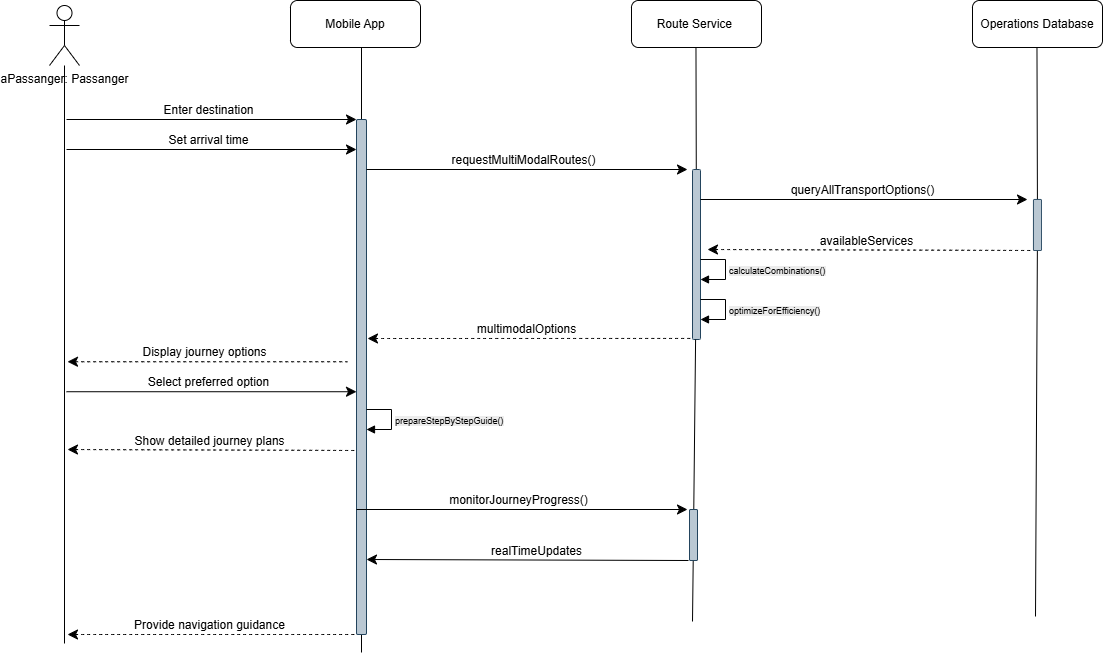
inviona/Software-Engineering-Analysis-and-Design-Project keeps this draw.io diagram as Sequence Diagrams/SequenceDiagramScenario8.png. Above is the earlier version. Source tidied: cells renumbered, new cells last; positions are measured from the earlier drawing's top-left corner, leaving out a move shared by most shapes. Its diagram source:
```xml
<mxGraphModel background="#ffffff">
  <root>
    <mxCell id="0" />
    <mxCell id="1" parent="0" />
    <mxCell id="2" style="edgeStyle=none;curved=1;rounded=0;jettySize=auto;html=1;fontSize=12;startSize=8;endSize=8;endArrow=none;startFill=0;" parent="1" edge="1" source="3">
      <mxGeometry relative="1" as="geometry">
        <mxPoint x="15" y="643" as="targetPoint" />
      </mxGeometry>
    </mxCell>
    <mxCell id="3" value="aPassanger: Passanger" style="shape=umlActor;verticalLabelPosition=bottom;verticalAlign=top;html=1;outlineConnect=0;" parent="1" vertex="1">
      <mxGeometry y="5" width="30" height="60" as="geometry" />
    </mxCell>
    <mxCell id="4" value="Mobile App" style="rounded=1;whiteSpace=wrap;html=1;" parent="1" vertex="1">
      <mxGeometry x="241" width="130" height="47" as="geometry" />
    </mxCell>
    <mxCell id="5" value="Route Service&amp;nbsp;" style="rounded=1;whiteSpace=wrap;html=1;" parent="1" vertex="1">
      <mxGeometry x="582" width="130" height="47" as="geometry" />
    </mxCell>
    <mxCell id="6" value="Operations Database" style="rounded=1;whiteSpace=wrap;html=1;" parent="1" vertex="1">
      <mxGeometry x="923" width="130" height="47" as="geometry" />
    </mxCell>
    <mxCell id="7" style="edgeStyle=none;curved=1;rounded=0;jettySize=auto;html=1;fontSize=12;startSize=8;endSize=8;endArrow=none;startFill=0;" parent="1" edge="1" source="11">
      <mxGeometry relative="1" as="geometry">
        <mxPoint x="312" y="652" as="targetPoint" />
      </mxGeometry>
    </mxCell>
    <mxCell id="8" style="edgeStyle=none;curved=1;rounded=0;jettySize=auto;html=1;fontSize=12;startSize=8;endSize=8;endArrow=none;startFill=0;" parent="1" edge="1" source="33">
      <mxGeometry relative="1" as="geometry">
        <mxPoint x="643" y="621" as="targetPoint" />
      </mxGeometry>
    </mxCell>
    <mxCell id="9" style="edgeStyle=none;curved=1;rounded=0;jettySize=auto;html=1;fontSize=12;startSize=8;endSize=8;endArrow=none;startFill=0;" parent="1" edge="1" source="23">
      <mxGeometry relative="1" as="geometry">
        <mxPoint x="986" y="616" as="targetPoint" />
      </mxGeometry>
    </mxCell>
    <mxCell id="10" style="edgeStyle=none;curved=1;rounded=0;jettySize=auto;html=1;fontSize=12;startSize=8;endSize=8;endArrow=none;startFill=0;" parent="1" edge="1" target="11">
      <mxGeometry relative="1" as="geometry">
        <mxPoint x="312" y="47" as="sourcePoint" />
      </mxGeometry>
    </mxCell>
    <mxCell id="11" style="rounded=1;whiteSpace=wrap;html=1;fillColor=#bac8d3;strokeColor=#23445d;" parent="1" vertex="1">
      <mxGeometry x="307" y="119" width="10" height="515" as="geometry" />
    </mxCell>
    <mxCell id="12" style="endArrow=classic;html=1;rounded=0;fontSize=12;startSize=8;endSize=8;curved=1;" parent="1" edge="1">
      <mxGeometry relative="1" as="geometry">
        <mxPoint x="17" y="119" as="sourcePoint" />
        <mxPoint x="307" y="119" as="targetPoint" />
      </mxGeometry>
    </mxCell>
    <mxCell id="13" value="Enter destination" style="edgeLabel;html=1;align=center;verticalAlign=middle;fontSize=12;" parent="12" vertex="1">
      <mxGeometry relative="1" as="geometry">
        <mxPoint x="-4" y="-10" as="offset" />
      </mxGeometry>
    </mxCell>
    <mxCell id="14" style="endArrow=classic;html=1;rounded=0;fontSize=12;startSize=8;endSize=8;curved=1;" parent="1" edge="1">
      <mxGeometry relative="1" as="geometry">
        <mxPoint x="317" y="169" as="sourcePoint" />
        <mxPoint x="638" y="169" as="targetPoint" />
      </mxGeometry>
    </mxCell>
    <mxCell id="15" value="requestMultiModalRoutes()" style="edgeLabel;html=1;align=center;verticalAlign=middle;fontSize=12;" parent="14" vertex="1">
      <mxGeometry relative="1" as="geometry">
        <mxPoint x="-4" y="-10" as="offset" />
      </mxGeometry>
    </mxCell>
    <mxCell id="16" style="edgeStyle=none;curved=1;rounded=0;jettySize=auto;html=1;fontSize=12;startSize=8;endSize=8;endArrow=none;startFill=0;" parent="1" edge="1" target="17">
      <mxGeometry relative="1" as="geometry">
        <mxPoint x="646.5" y="47" as="sourcePoint" />
      </mxGeometry>
    </mxCell>
    <mxCell id="17" style="rounded=1;whiteSpace=wrap;html=1;fillColor=#bac8d3;strokeColor=#23445d;" parent="1" vertex="1">
      <mxGeometry x="643" y="169" width="8" height="170" as="geometry" />
    </mxCell>
    <mxCell id="18" style="endArrow=none;html=1;rounded=0;fontSize=12;startSize=8;endSize=8;curved=1;startArrow=classic;startFill=1;dashed=1;" parent="1" edge="1">
      <mxGeometry relative="1" as="geometry">
        <mxPoint x="318" y="338" as="sourcePoint" />
        <mxPoint x="643" y="337.9" as="targetPoint" />
      </mxGeometry>
    </mxCell>
    <mxCell id="19" value="multimodalOptions" style="edgeLabel;html=1;align=center;verticalAlign=middle;fontSize=12;" parent="18" vertex="1">
      <mxGeometry relative="1" as="geometry">
        <mxPoint x="-4" y="-10" as="offset" />
      </mxGeometry>
    </mxCell>
    <mxCell id="20" style="endArrow=classic;html=1;rounded=0;fontSize=12;startSize=8;endSize=8;curved=1;" parent="1" edge="1">
      <mxGeometry relative="1" as="geometry">
        <mxPoint x="651" y="199" as="sourcePoint" />
        <mxPoint x="978" y="199" as="targetPoint" />
      </mxGeometry>
    </mxCell>
    <mxCell id="21" value="queryAllTransportOptions()" style="edgeLabel;html=1;align=center;verticalAlign=middle;fontSize=12;" parent="20" vertex="1">
      <mxGeometry relative="1" as="geometry">
        <mxPoint x="-4" y="-10" as="offset" />
      </mxGeometry>
    </mxCell>
    <mxCell id="22" style="edgeStyle=none;curved=1;rounded=0;jettySize=auto;html=1;fontSize=12;startSize=8;endSize=8;endArrow=none;startFill=0;" parent="1" edge="1" target="23">
      <mxGeometry relative="1" as="geometry">
        <mxPoint x="987.5" y="47" as="sourcePoint" />
      </mxGeometry>
    </mxCell>
    <mxCell id="23" style="rounded=1;whiteSpace=wrap;html=1;fillColor=#bac8d3;strokeColor=#23445d;" parent="1" vertex="1">
      <mxGeometry x="984" y="199" width="8" height="51" as="geometry" />
    </mxCell>
    <mxCell id="24" style="endArrow=none;html=1;rounded=0;fontSize=12;startSize=8;endSize=8;curved=1;startArrow=classic;startFill=1;dashed=1;" parent="1" edge="1">
      <mxGeometry relative="1" as="geometry">
        <mxPoint x="658" y="249" as="sourcePoint" />
        <mxPoint x="984" y="250" as="targetPoint" />
      </mxGeometry>
    </mxCell>
    <mxCell id="25" value="availableServices" style="edgeLabel;html=1;align=center;verticalAlign=middle;fontSize=12;" parent="24" vertex="1">
      <mxGeometry relative="1" as="geometry">
        <mxPoint x="-4" y="-10" as="offset" />
      </mxGeometry>
    </mxCell>
    <mxCell id="26" style="endArrow=none;html=1;rounded=0;fontSize=12;startSize=8;endSize=8;curved=1;startFill=1;startArrow=classic;dashed=1;" parent="1" edge="1">
      <mxGeometry relative="1" as="geometry">
        <mxPoint x="18" y="634" as="sourcePoint" />
        <mxPoint x="305" y="634" as="targetPoint" />
      </mxGeometry>
    </mxCell>
    <mxCell id="27" value="Provide navigation guidance" style="edgeLabel;html=1;align=center;verticalAlign=middle;fontSize=12;" parent="26" vertex="1">
      <mxGeometry relative="1" as="geometry">
        <mxPoint x="-4" y="-10" as="offset" />
      </mxGeometry>
    </mxCell>
    <mxCell id="28" style="endArrow=none;html=1;rounded=0;fontSize=12;startSize=8;endSize=8;curved=1;startArrow=classic;startFill=1;dashed=1;" parent="1" edge="1">
      <mxGeometry relative="1" as="geometry">
        <mxPoint x="18" y="361.2" as="sourcePoint" />
        <mxPoint x="298" y="361.2" as="targetPoint" />
      </mxGeometry>
    </mxCell>
    <mxCell id="29" value="Display journey options" style="edgeLabel;html=1;align=center;verticalAlign=middle;fontSize=12;" parent="28" vertex="1">
      <mxGeometry relative="1" as="geometry">
        <mxPoint x="-4" y="-10" as="offset" />
      </mxGeometry>
    </mxCell>
    <mxCell id="30" style="endArrow=classic;html=1;rounded=0;fontSize=12;startSize=8;endSize=8;curved=1;" parent="1" edge="1">
      <mxGeometry relative="1" as="geometry">
        <mxPoint x="17" y="391.2" as="sourcePoint" />
        <mxPoint x="307" y="391.2" as="targetPoint" />
      </mxGeometry>
    </mxCell>
    <mxCell id="31" value="Select preferred option" style="edgeLabel;html=1;align=center;verticalAlign=middle;fontSize=12;" parent="30" vertex="1">
      <mxGeometry relative="1" as="geometry">
        <mxPoint x="-4" y="-10" as="offset" />
      </mxGeometry>
    </mxCell>
    <mxCell id="32" style="edgeStyle=none;curved=1;rounded=0;jettySize=auto;html=1;fontSize=12;startSize=8;endSize=8;endArrow=none;startFill=0;" parent="1" edge="1" source="17" target="33">
      <mxGeometry relative="1" as="geometry" />
    </mxCell>
    <mxCell id="33" style="rounded=1;whiteSpace=wrap;html=1;fillColor=#bac8d3;strokeColor=#23445d;" parent="1" vertex="1">
      <mxGeometry x="640" y="509" width="8" height="51" as="geometry" />
    </mxCell>
    <mxCell id="34" style="endArrow=none;html=1;rounded=0;fontSize=12;startSize=8;endSize=8;curved=1;startArrow=classic;startFill=1;" parent="1" edge="1">
      <mxGeometry relative="1" as="geometry">
        <mxPoint x="317" y="559" as="sourcePoint" />
        <mxPoint x="639" y="560" as="targetPoint" />
      </mxGeometry>
    </mxCell>
    <mxCell id="35" value="realTimeUpdates" style="edgeLabel;html=1;align=center;verticalAlign=middle;fontSize=12;" parent="34" vertex="1">
      <mxGeometry relative="1" as="geometry">
        <mxPoint x="9" y="-10" as="offset" />
      </mxGeometry>
    </mxCell>
    <mxCell id="36" value="&lt;span style=&quot;font-size: 9px; text-align: center; background-color: rgb(236, 236, 236);&quot;&gt;calculateCombinations()&lt;/span&gt;" style="html=1;align=left;spacingLeft=2;endArrow=block;rounded=0;edgeStyle=orthogonalEdgeStyle;curved=0;rounded=0;" parent="1" edge="1">
      <mxGeometry relative="1" as="geometry">
        <mxPoint x="651" y="259" as="sourcePoint" />
        <mxPoint x="651" y="279" as="targetPoint" />
        <Array as="points">
          <mxPoint x="676" y="259" />
          <mxPoint x="676" y="279" />
        </Array>
      </mxGeometry>
    </mxCell>
    <mxCell id="37" style="endArrow=classic;html=1;rounded=0;fontSize=12;startSize=8;endSize=8;curved=1;" parent="1" edge="1">
      <mxGeometry relative="1" as="geometry">
        <mxPoint x="17" y="149" as="sourcePoint" />
        <mxPoint x="307" y="149" as="targetPoint" />
      </mxGeometry>
    </mxCell>
    <mxCell id="38" value="Set arrival time" style="edgeLabel;html=1;align=center;verticalAlign=middle;fontSize=12;" parent="37" vertex="1">
      <mxGeometry relative="1" as="geometry">
        <mxPoint x="-4" y="-10" as="offset" />
      </mxGeometry>
    </mxCell>
    <mxCell id="39" value="&lt;span style=&quot;font-size: 9px; text-align: center; background-color: rgb(236, 236, 236);&quot;&gt;optimizeForEfficiency()&lt;/span&gt;" style="html=1;align=left;spacingLeft=2;endArrow=block;rounded=0;edgeStyle=orthogonalEdgeStyle;curved=0;rounded=0;" parent="1" edge="1">
      <mxGeometry relative="1" as="geometry">
        <mxPoint x="651" y="299" as="sourcePoint" />
        <mxPoint x="651" y="319" as="targetPoint" />
        <Array as="points">
          <mxPoint x="676" y="299" />
          <mxPoint x="676" y="319" />
        </Array>
      </mxGeometry>
    </mxCell>
    <mxCell id="40" value="&lt;span style=&quot;font-size: 9px; text-align: center; background-color: rgb(236, 236, 236);&quot;&gt;prepareStepByStepGuide()&lt;/span&gt;" style="html=1;align=left;spacingLeft=2;endArrow=block;rounded=0;edgeStyle=orthogonalEdgeStyle;curved=0;rounded=0;" parent="1" edge="1">
      <mxGeometry relative="1" as="geometry">
        <mxPoint x="317" y="409" as="sourcePoint" />
        <mxPoint x="317" y="429" as="targetPoint" />
        <Array as="points">
          <mxPoint x="342" y="409" />
          <mxPoint x="342" y="429" />
        </Array>
      </mxGeometry>
    </mxCell>
    <mxCell id="41" style="endArrow=none;html=1;rounded=0;fontSize=12;startSize=8;endSize=8;curved=1;startArrow=classic;startFill=1;dashed=1;" parent="1" edge="1">
      <mxGeometry relative="1" as="geometry">
        <mxPoint x="18" y="449" as="sourcePoint" />
        <mxPoint x="307" y="450" as="targetPoint" />
      </mxGeometry>
    </mxCell>
    <mxCell id="42" value="Show detailed journey plans" style="edgeLabel;html=1;align=center;verticalAlign=middle;fontSize=12;" parent="41" vertex="1">
      <mxGeometry relative="1" as="geometry">
        <mxPoint x="-4" y="-10" as="offset" />
      </mxGeometry>
    </mxCell>
    <mxCell id="43" style="endArrow=classic;html=1;rounded=0;fontSize=12;startSize=8;endSize=8;curved=1;" parent="1" edge="1">
      <mxGeometry relative="1" as="geometry">
        <mxPoint x="307" y="509" as="sourcePoint" />
        <mxPoint x="638" y="509" as="targetPoint" />
      </mxGeometry>
    </mxCell>
    <mxCell id="44" value="monitorJourneyProgress()" style="edgeLabel;html=1;align=center;verticalAlign=middle;fontSize=12;" parent="43" vertex="1">
      <mxGeometry relative="1" as="geometry">
        <mxPoint x="-4" y="-10" as="offset" />
      </mxGeometry>
    </mxCell>
  </root>
</mxGraphModel>
```
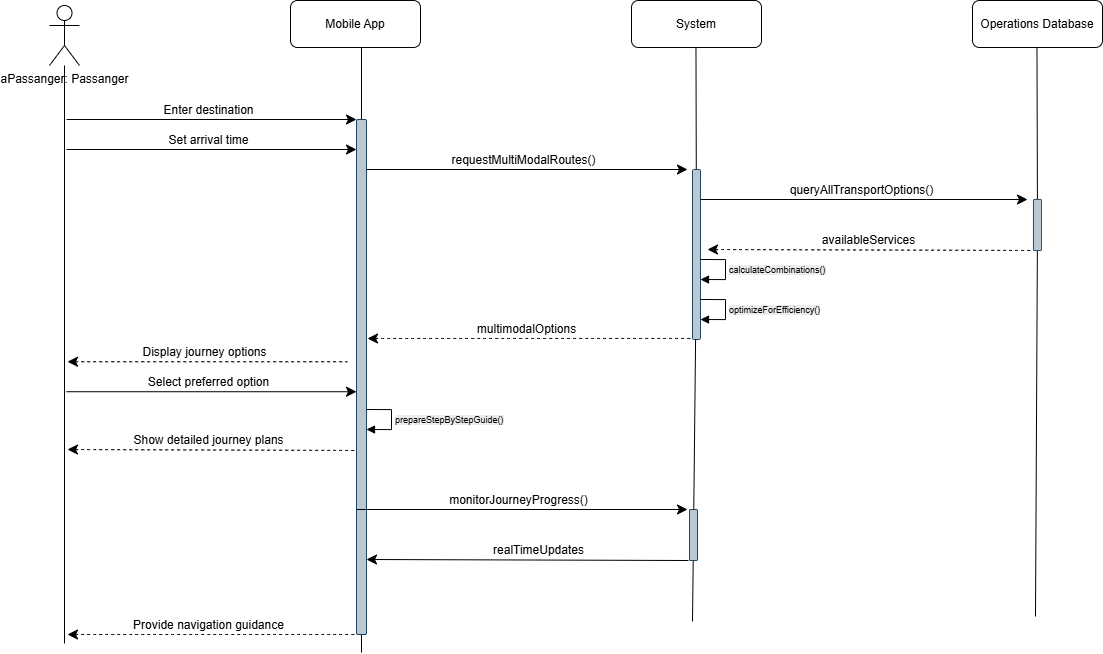
The same diagram one commit later.

Commit message:
updated sequence diagrams

Change to the diagram source:
```diff
@@ -13,7 +13,7 @@
     <mxCell id="4" value="Mobile App" style="rounded=1;whiteSpace=wrap;html=1;" parent="1" vertex="1">
       <mxGeometry x="241" width="130" height="47" as="geometry" />
     </mxCell>
-    <mxCell id="5" value="Route Service&amp;nbsp;" style="rounded=1;whiteSpace=wrap;html=1;" parent="1" vertex="1">
+    <mxCell id="5" value="System" style="rounded=1;whiteSpace=wrap;html=1;" parent="1" vertex="1">
       <mxGeometry x="582" width="130" height="47" as="geometry" />
     </mxCell>
     <mxCell id="6" value="Operations Database" style="rounded=1;whiteSpace=wrap;html=1;" parent="1" vertex="1">
```
